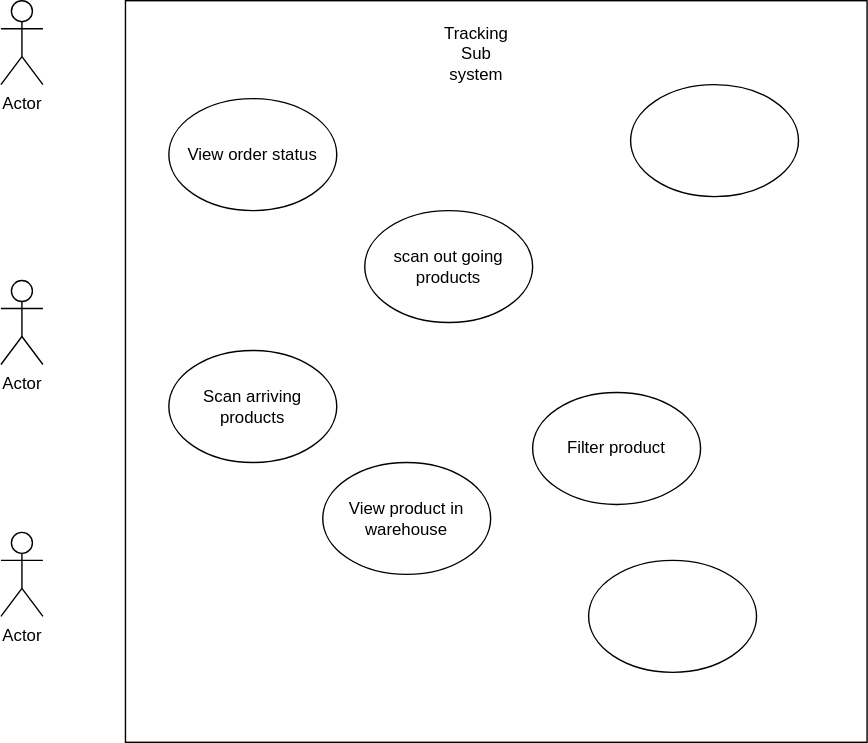
This is tracking.svg from Simamkele88/IFM3_GP, a draw.io export, as it was before one commit. Source tidied: cells renumbered, new cells last; positions are measured from the earlier drawing's top-left corner, leaving out a move shared by most shapes.
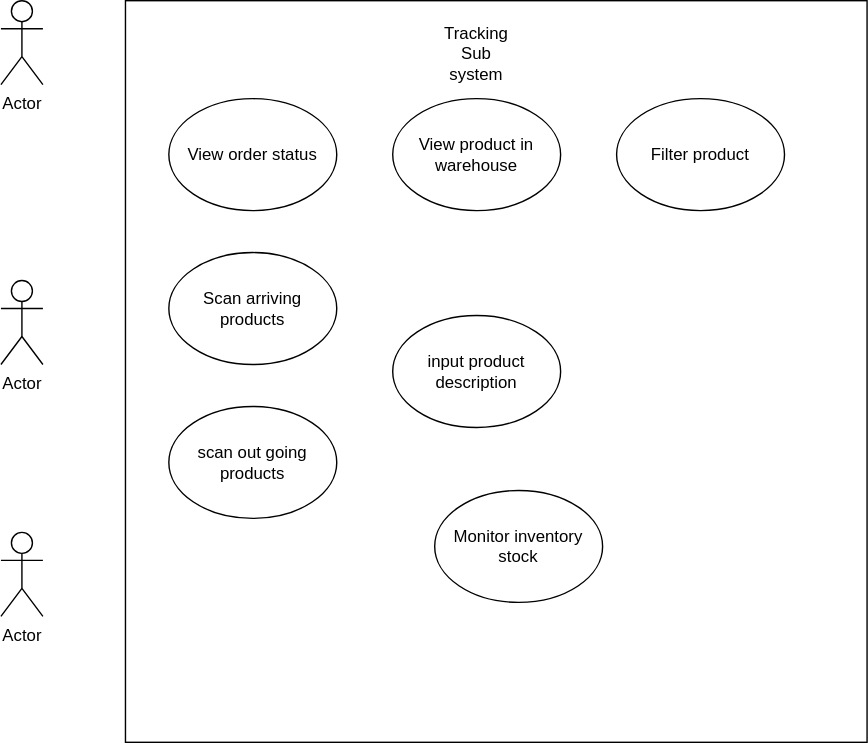
After the change.

Diff of the diagram source:
```diff
@@ -20,23 +20,23 @@
     <mxCell id="7" value="Tracking Sub system&lt;div&gt;&lt;br&gt;&lt;/div&gt;" style="text;html=1;align=center;verticalAlign=middle;whiteSpace=wrap;rounded=0;" parent="1" vertex="1">
       <mxGeometry x="310" y="30" width="60" height="30" as="geometry" />
     </mxCell>
-    <mxCell id="8" style="ellipse;whiteSpace=wrap;html=1;" parent="1" vertex="1">
-      <mxGeometry x="450" y="60" width="120" height="80" as="geometry" />
+    <mxCell id="8" value="input product description" style="ellipse;whiteSpace=wrap;html=1;" parent="1" vertex="1">
+      <mxGeometry x="280" y="225" width="120" height="80" as="geometry" />
     </mxCell>
     <mxCell id="9" value="Scan arriving products" style="ellipse;whiteSpace=wrap;html=1;" parent="1" vertex="1">
-      <mxGeometry x="120" y="250" width="120" height="80" as="geometry" />
+      <mxGeometry x="120" y="180" width="120" height="80" as="geometry" />
     </mxCell>
     <mxCell id="10" value="Filter product" style="ellipse;whiteSpace=wrap;html=1;" parent="1" vertex="1">
-      <mxGeometry x="380" y="280" width="120" height="80" as="geometry" />
+      <mxGeometry x="440" y="70" width="120" height="80" as="geometry" />
     </mxCell>
     <mxCell id="11" value="View product in warehouse" style="ellipse;whiteSpace=wrap;html=1;" parent="1" vertex="1">
-      <mxGeometry x="230" y="330" width="120" height="80" as="geometry" />
+      <mxGeometry x="280" y="70" width="120" height="80" as="geometry" />
     </mxCell>
-    <mxCell id="12" style="ellipse;whiteSpace=wrap;html=1;" parent="1" vertex="1">
-      <mxGeometry x="420" y="400" width="120" height="80" as="geometry" />
+    <mxCell id="12" value="Monitor inventory stock" style="ellipse;whiteSpace=wrap;html=1;" parent="1" vertex="1">
+      <mxGeometry x="310" y="350" width="120" height="80" as="geometry" />
     </mxCell>
     <mxCell id="13" value="scan out going products" style="ellipse;whiteSpace=wrap;html=1;" parent="1" vertex="1">
-      <mxGeometry x="260" y="150" width="120" height="80" as="geometry" />
+      <mxGeometry x="120" y="290" width="120" height="80" as="geometry" />
     </mxCell>
   </root>
 </mxGraphModel>
```
